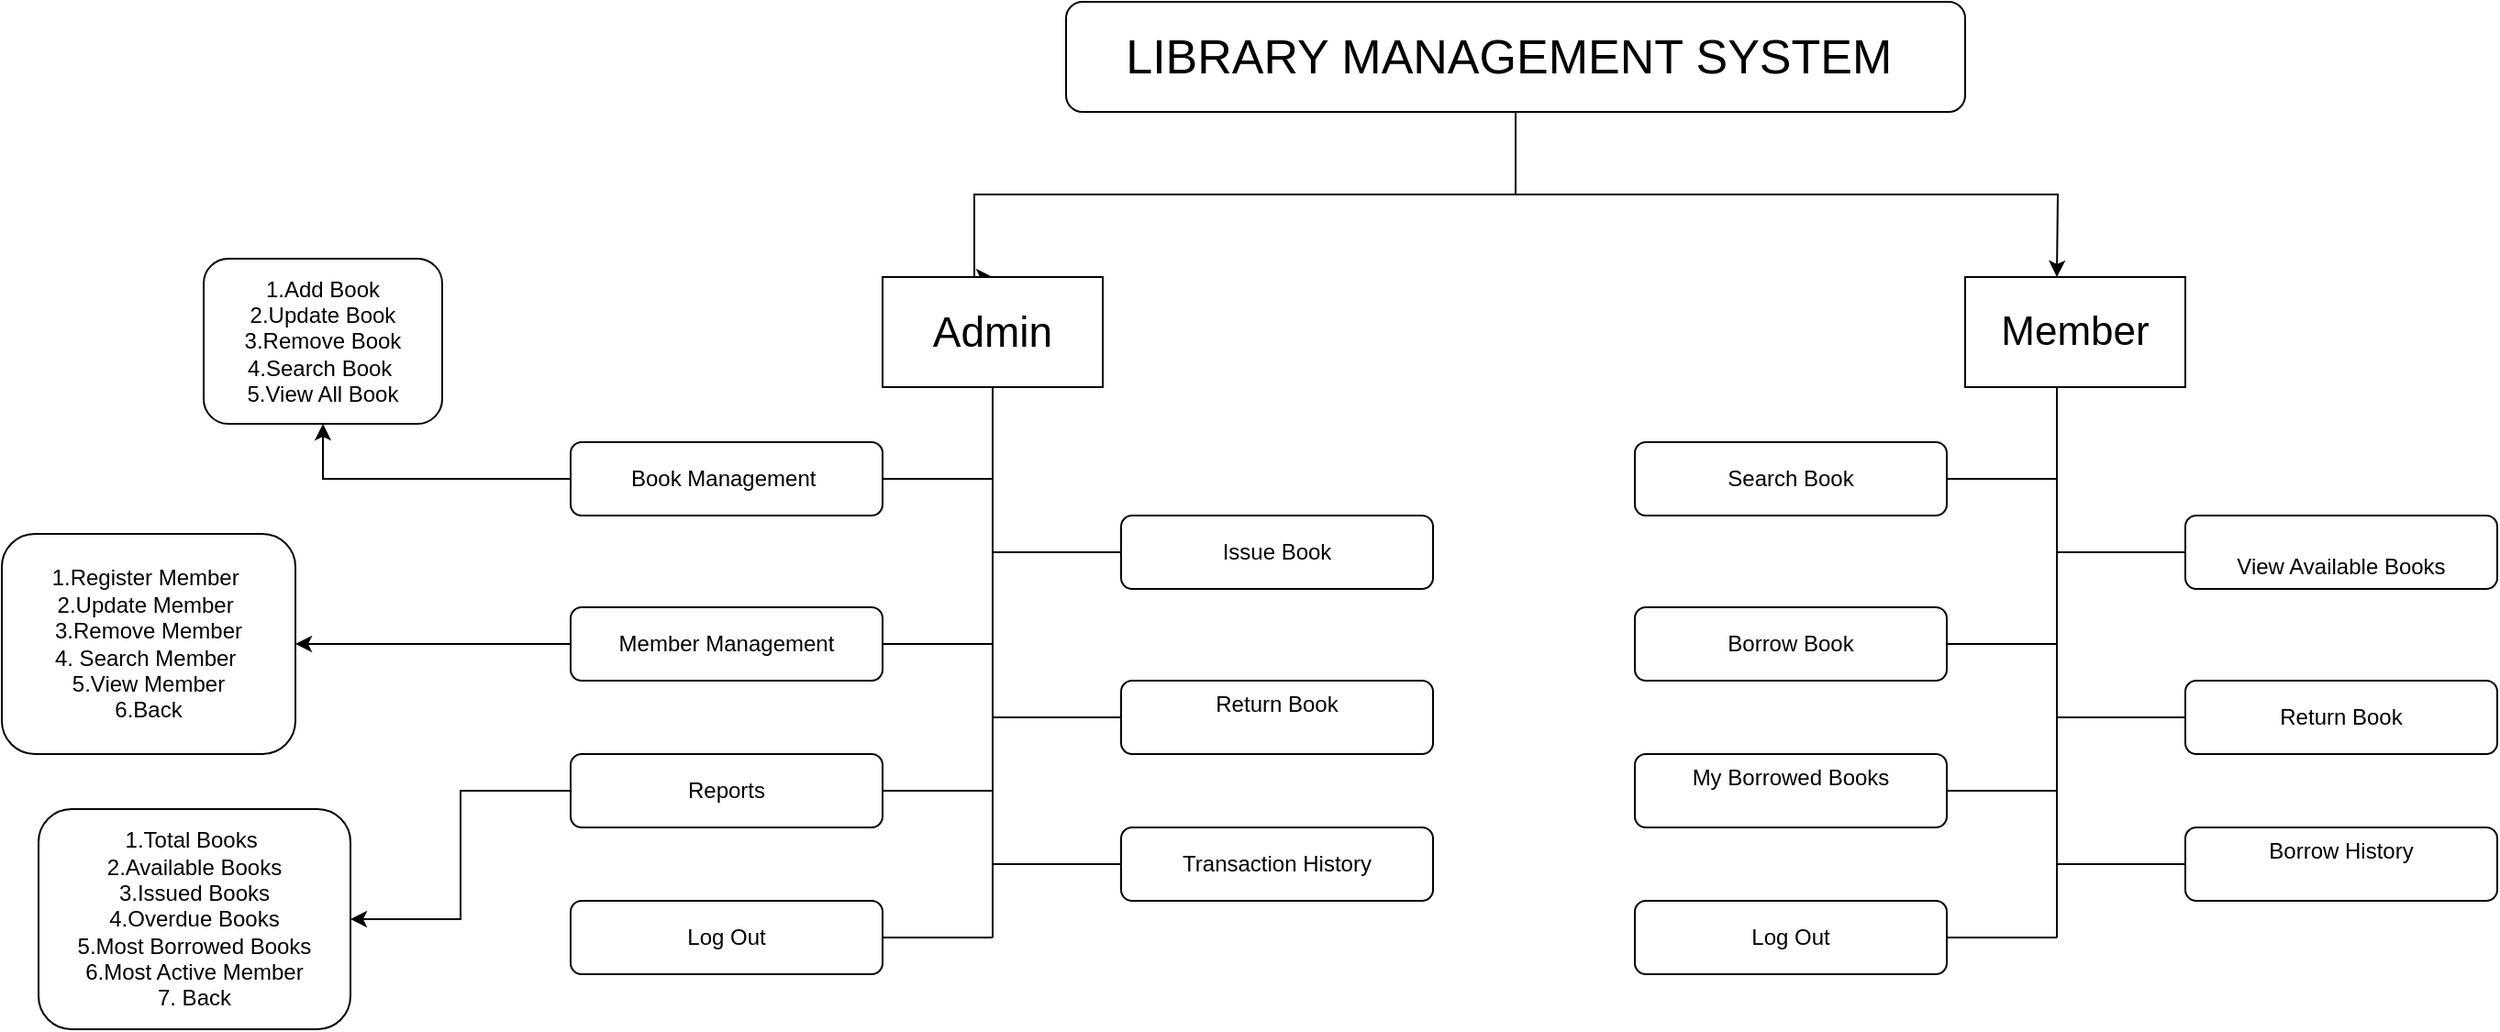
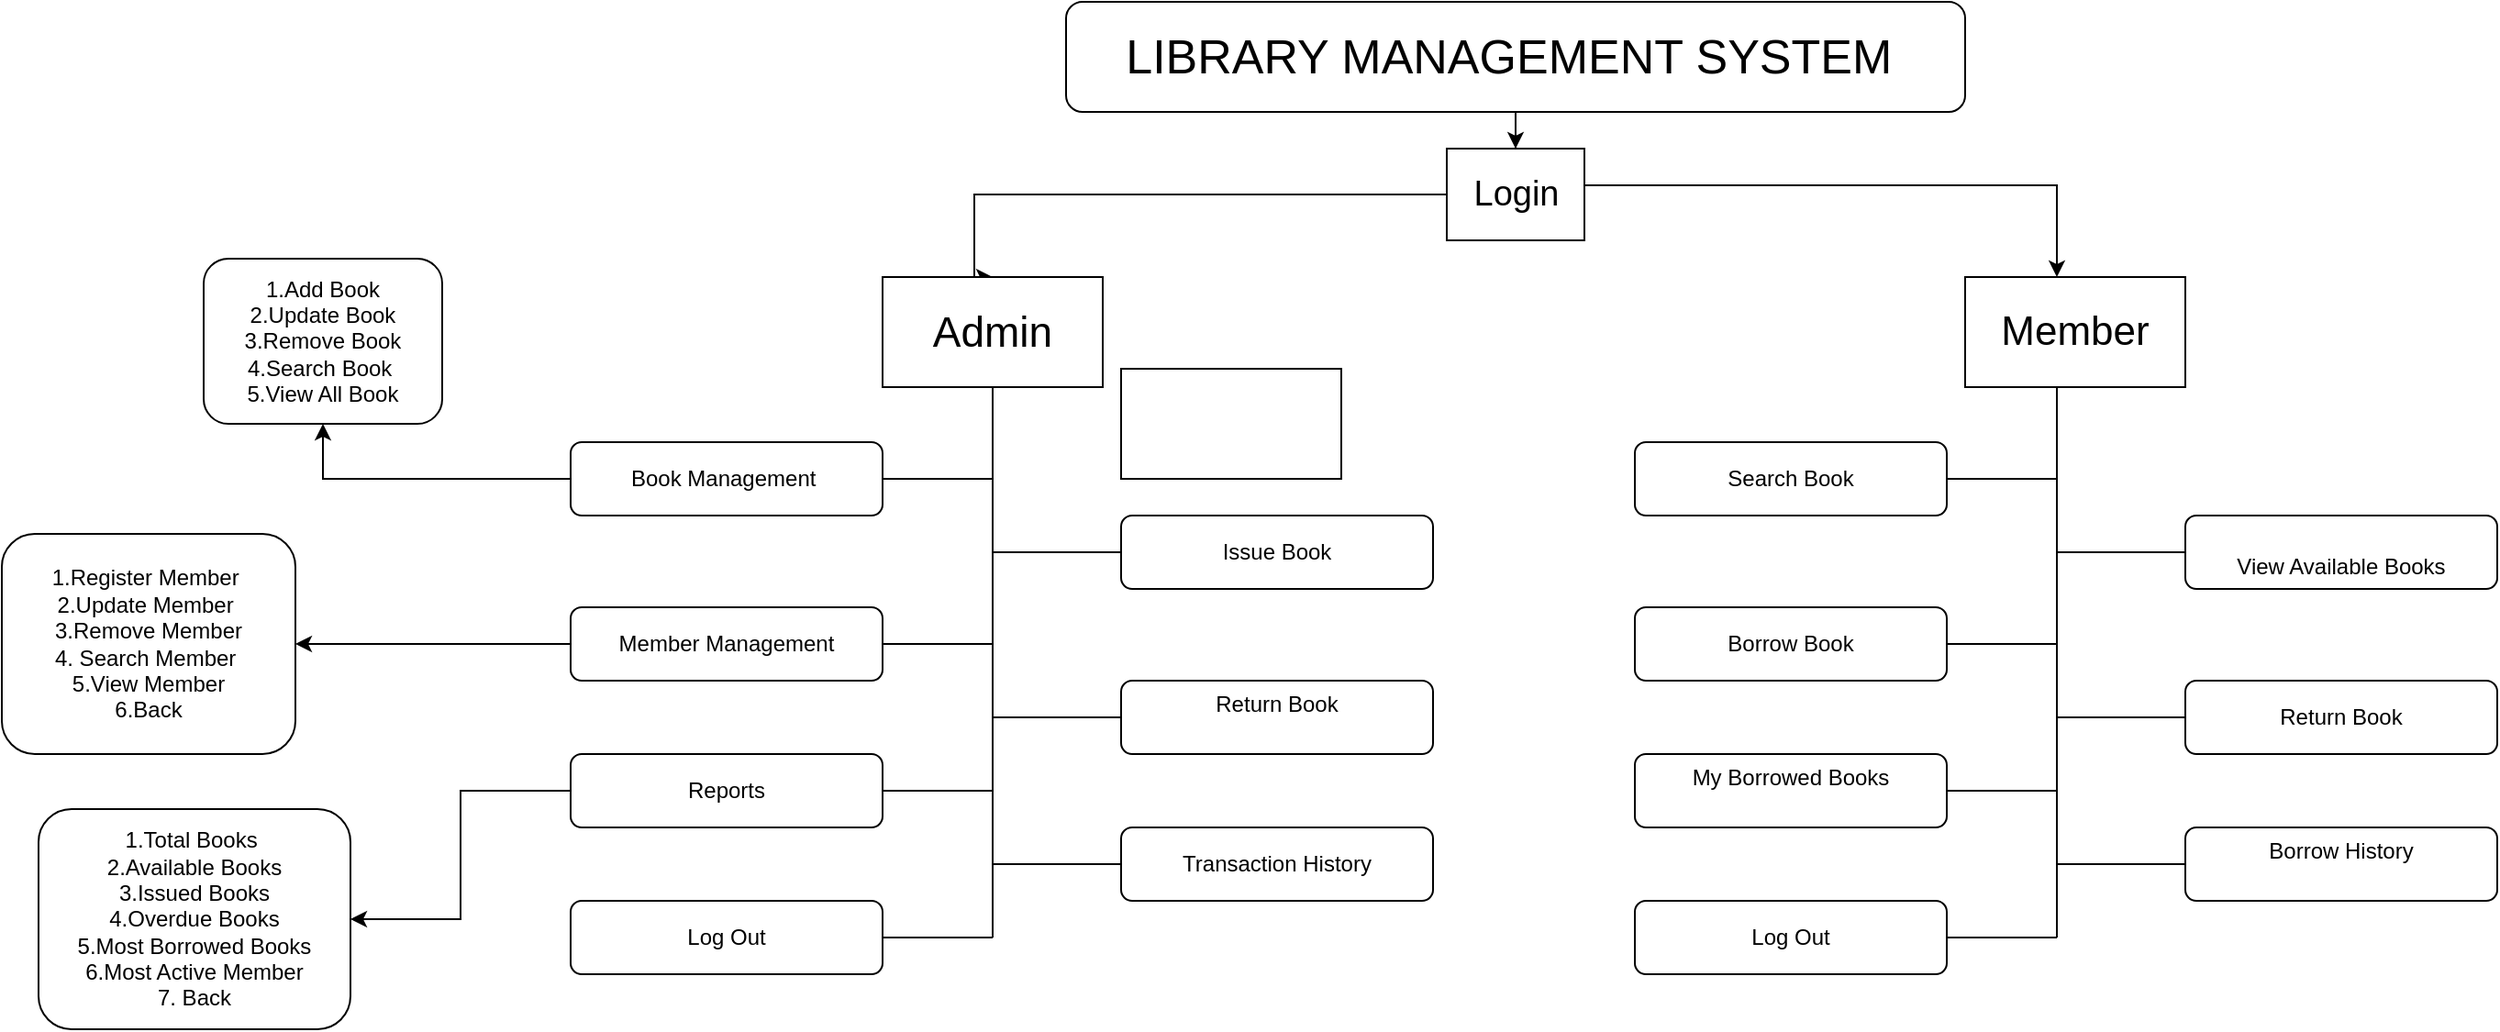
<mxfile host="app.diagrams.net" agent="Mozilla/5.0 (Windows NT 10.0; Win64; x64) AppleWebKit/537.36 (KHTML, like Gecko) Chrome/150.0.0.0 Safari/537.36" version="28.2.9">
  <diagram name="Page-1" id="ALS9TfCqg5eBpyUf8j7m">
-     <mxGraphModel dx="3533" dy="1045" grid="1" gridSize="10" guides="1" tooltips="1" connect="1" arrows="1" fold="1" page="1" pageScale="1" pageWidth="850" pageHeight="1100" math="0" shadow="0">
+     <mxGraphModel dx="2761" dy="605" grid="1" gridSize="10" guides="1" tooltips="1" connect="1" arrows="1" fold="1" page="1" pageScale="1" pageWidth="850" pageHeight="1100" math="0" shadow="0">
      <root>
        <mxCell id="0" />
        <mxCell id="1" parent="0" />
        <mxCell id="aOI_sVmLMZ7PSrJGsIdZ-10" style="edgeStyle=orthogonalEdgeStyle;rounded=0;orthogonalLoop=1;jettySize=auto;html=1;exitX=0.5;exitY=1;exitDx=0;exitDy=0;" parent="1" source="aOI_sVmLMZ7PSrJGsIdZ-7" edge="1">
          <mxGeometry relative="1" as="geometry">
            <mxPoint x="-420" y="180" as="targetPoint" />
            <Array as="points">
              <mxPoint x="-135" y="135" />
              <mxPoint x="-430" y="135" />
              <mxPoint x="-430" y="180" />
            </Array>
          </mxGeometry>
        </mxCell>
-         <mxCell id="aOI_sVmLMZ7PSrJGsIdZ-11" style="edgeStyle=orthogonalEdgeStyle;rounded=0;orthogonalLoop=1;jettySize=auto;html=1;exitX=0.5;exitY=1;exitDx=0;exitDy=0;" parent="1" source="aOI_sVmLMZ7PSrJGsIdZ-7" edge="1">
+         <mxCell id="aOI_sVmLMZ7PSrJGsIdZ-11" style="edgeStyle=orthogonalEdgeStyle;rounded=0;orthogonalLoop=1;jettySize=auto;html=1;exitX=1;exitY=0.5;exitDx=0;exitDy=0;" parent="1" source="uWCTjBnmCBmoPS3BM1kT-151" edge="1">
          <mxGeometry relative="1" as="geometry">
            <mxPoint x="160" y="180" as="targetPoint" />
+             <Array as="points">
+               <mxPoint x="-135" y="135" />
+               <mxPoint x="-135" y="130" />
+               <mxPoint x="160" y="130" />
+             </Array>
          </mxGeometry>
        </mxCell>
        <mxCell id="aOI_sVmLMZ7PSrJGsIdZ-7" value="&lt;span style=&quot;font-size: 26px;&quot;&gt;LIBRARY MANAGEMENT SYSTEM&amp;nbsp;&lt;/span&gt;" style="rounded=1;whiteSpace=wrap;html=1;" parent="1" vertex="1">
          <mxGeometry x="-380" y="30" width="490" height="60" as="geometry" />
        </mxCell>
        <mxCell id="aOI_sVmLMZ7PSrJGsIdZ-12" value="&lt;font style=&quot;font-size: 22px;&quot;&gt;Member&lt;/font&gt;" style="rounded=0;whiteSpace=wrap;html=1;" parent="1" vertex="1">
          <mxGeometry x="110" y="180" width="120" height="60" as="geometry" />
        </mxCell>
        <mxCell id="aOI_sVmLMZ7PSrJGsIdZ-13" value="&lt;font style=&quot;font-size: 23px;&quot;&gt;Admin&lt;/font&gt;" style="rounded=0;whiteSpace=wrap;html=1;" parent="1" vertex="1">
          <mxGeometry x="-480" y="180" width="120" height="60" as="geometry" />
        </mxCell>
        <mxCell id="uWCTjBnmCBmoPS3BM1kT-145" value="" style="edgeStyle=orthogonalEdgeStyle;rounded=0;orthogonalLoop=1;jettySize=auto;html=1;" edge="1" parent="1" source="uWCTjBnmCBmoPS3BM1kT-3" target="uWCTjBnmCBmoPS3BM1kT-144">
          <mxGeometry relative="1" as="geometry" />
        </mxCell>
        <mxCell id="uWCTjBnmCBmoPS3BM1kT-3" value="Book Management&amp;nbsp;" style="rounded=1;whiteSpace=wrap;html=1;" vertex="1" parent="1">
          <mxGeometry x="-650" y="270" width="170" height="40" as="geometry" />
        </mxCell>
        <mxCell id="uWCTjBnmCBmoPS3BM1kT-5" value="Issue Book" style="rounded=1;whiteSpace=wrap;html=1;" vertex="1" parent="1">
          <mxGeometry x="-350" y="310" width="170" height="40" as="geometry" />
        </mxCell>
        <mxCell id="uWCTjBnmCBmoPS3BM1kT-147" value="" style="edgeStyle=orthogonalEdgeStyle;rounded=0;orthogonalLoop=1;jettySize=auto;html=1;" edge="1" parent="1" source="uWCTjBnmCBmoPS3BM1kT-6" target="uWCTjBnmCBmoPS3BM1kT-146">
          <mxGeometry relative="1" as="geometry" />
        </mxCell>
        <mxCell id="uWCTjBnmCBmoPS3BM1kT-6" value="Member Management" style="rounded=1;whiteSpace=wrap;html=1;" vertex="1" parent="1">
          <mxGeometry x="-650" y="360" width="170" height="40" as="geometry" />
        </mxCell>
        <mxCell id="uWCTjBnmCBmoPS3BM1kT-7" value="&#xa;Return Book&#xa;&#xa;" style="rounded=1;whiteSpace=wrap;html=1;" vertex="1" parent="1">
          <mxGeometry x="-350" y="400" width="170" height="40" as="geometry" />
        </mxCell>
        <mxCell id="uWCTjBnmCBmoPS3BM1kT-149" value="" style="edgeStyle=orthogonalEdgeStyle;rounded=0;orthogonalLoop=1;jettySize=auto;html=1;" edge="1" parent="1" source="uWCTjBnmCBmoPS3BM1kT-8" target="uWCTjBnmCBmoPS3BM1kT-148">
          <mxGeometry relative="1" as="geometry" />
        </mxCell>
        <mxCell id="uWCTjBnmCBmoPS3BM1kT-8" value="Reports" style="rounded=1;whiteSpace=wrap;html=1;" vertex="1" parent="1">
          <mxGeometry x="-650" y="440" width="170" height="40" as="geometry" />
        </mxCell>
        <mxCell id="uWCTjBnmCBmoPS3BM1kT-11" value="" style="endArrow=none;html=1;rounded=0;exitX=1;exitY=0.5;exitDx=0;exitDy=0;" edge="1" parent="1" source="uWCTjBnmCBmoPS3BM1kT-3">
          <mxGeometry width="50" height="50" relative="1" as="geometry">
            <mxPoint x="-220" y="360" as="sourcePoint" />
            <mxPoint x="-420" y="290" as="targetPoint" />
          </mxGeometry>
        </mxCell>
        <mxCell id="uWCTjBnmCBmoPS3BM1kT-12" value="" style="endArrow=none;html=1;rounded=0;" edge="1" parent="1">
          <mxGeometry width="50" height="50" relative="1" as="geometry">
            <mxPoint x="-420" y="330" as="sourcePoint" />
            <mxPoint x="-350" y="330" as="targetPoint" />
          </mxGeometry>
        </mxCell>
        <mxCell id="uWCTjBnmCBmoPS3BM1kT-13" value="" style="endArrow=none;html=1;rounded=0;exitX=1;exitY=0.5;exitDx=0;exitDy=0;" edge="1" parent="1" source="uWCTjBnmCBmoPS3BM1kT-6">
          <mxGeometry width="50" height="50" relative="1" as="geometry">
            <mxPoint x="-460" y="380" as="sourcePoint" />
            <mxPoint x="-420" y="380" as="targetPoint" />
          </mxGeometry>
        </mxCell>
        <mxCell id="uWCTjBnmCBmoPS3BM1kT-14" value="" style="endArrow=none;html=1;rounded=0;entryX=0;entryY=0.5;entryDx=0;entryDy=0;" edge="1" parent="1" target="uWCTjBnmCBmoPS3BM1kT-7">
          <mxGeometry width="50" height="50" relative="1" as="geometry">
            <mxPoint x="-420" y="420" as="sourcePoint" />
            <mxPoint x="-320" y="420" as="targetPoint" />
          </mxGeometry>
        </mxCell>
        <mxCell id="uWCTjBnmCBmoPS3BM1kT-15" value="" style="endArrow=none;html=1;rounded=0;exitX=1;exitY=0.5;exitDx=0;exitDy=0;" edge="1" parent="1" source="uWCTjBnmCBmoPS3BM1kT-8">
          <mxGeometry width="50" height="50" relative="1" as="geometry">
            <mxPoint x="-450" y="450" as="sourcePoint" />
            <mxPoint x="-420" y="460" as="targetPoint" />
          </mxGeometry>
        </mxCell>
        <mxCell id="uWCTjBnmCBmoPS3BM1kT-16" value="Transaction History" style="rounded=1;whiteSpace=wrap;html=1;" vertex="1" parent="1">
          <mxGeometry x="-350" y="480" width="170" height="40" as="geometry" />
        </mxCell>
        <mxCell id="uWCTjBnmCBmoPS3BM1kT-17" value="" style="endArrow=none;html=1;rounded=0;entryX=0;entryY=0.5;entryDx=0;entryDy=0;" edge="1" parent="1" target="uWCTjBnmCBmoPS3BM1kT-16">
          <mxGeometry width="50" height="50" relative="1" as="geometry">
            <mxPoint x="-420" y="500" as="sourcePoint" />
            <mxPoint x="-320" y="510" as="targetPoint" />
          </mxGeometry>
        </mxCell>
        <mxCell id="uWCTjBnmCBmoPS3BM1kT-18" value="Log Out" style="rounded=1;whiteSpace=wrap;html=1;" vertex="1" parent="1">
          <mxGeometry x="-650" y="520" width="170" height="40" as="geometry" />
        </mxCell>
        <mxCell id="uWCTjBnmCBmoPS3BM1kT-19" value="" style="endArrow=none;html=1;rounded=0;exitX=1;exitY=0.5;exitDx=0;exitDy=0;" edge="1" parent="1" source="uWCTjBnmCBmoPS3BM1kT-18">
          <mxGeometry width="50" height="50" relative="1" as="geometry">
            <mxPoint x="-450" y="530" as="sourcePoint" />
            <mxPoint x="-420" y="540" as="targetPoint" />
          </mxGeometry>
        </mxCell>
        <mxCell id="uWCTjBnmCBmoPS3BM1kT-20" value="" style="endArrow=none;html=1;rounded=0;exitX=0.5;exitY=1;exitDx=0;exitDy=0;" edge="1" parent="1" source="aOI_sVmLMZ7PSrJGsIdZ-13">
          <mxGeometry width="50" height="50" relative="1" as="geometry">
            <mxPoint x="-290" y="360" as="sourcePoint" />
            <mxPoint x="-420" y="540" as="targetPoint" />
          </mxGeometry>
        </mxCell>
        <mxCell id="uWCTjBnmCBmoPS3BM1kT-126" value="Search Book" style="rounded=1;whiteSpace=wrap;html=1;" vertex="1" parent="1">
          <mxGeometry x="-70" y="270" width="170" height="40" as="geometry" />
        </mxCell>
        <mxCell id="uWCTjBnmCBmoPS3BM1kT-127" value="&lt;br&gt;View Available Books" style="rounded=1;whiteSpace=wrap;html=1;" vertex="1" parent="1">
          <mxGeometry x="230" y="310" width="170" height="40" as="geometry" />
        </mxCell>
        <mxCell id="uWCTjBnmCBmoPS3BM1kT-128" value="Borrow Book" style="rounded=1;whiteSpace=wrap;html=1;" vertex="1" parent="1">
          <mxGeometry x="-70" y="360" width="170" height="40" as="geometry" />
        </mxCell>
        <mxCell id="uWCTjBnmCBmoPS3BM1kT-129" value="Return Book" style="rounded=1;whiteSpace=wrap;html=1;" vertex="1" parent="1">
          <mxGeometry x="230" y="400" width="170" height="40" as="geometry" />
        </mxCell>
        <mxCell id="uWCTjBnmCBmoPS3BM1kT-130" value="&#xa;My Borrowed Books&#xa;&#xa;" style="rounded=1;whiteSpace=wrap;html=1;" vertex="1" parent="1">
          <mxGeometry x="-70" y="440" width="170" height="40" as="geometry" />
        </mxCell>
        <mxCell id="uWCTjBnmCBmoPS3BM1kT-131" value="" style="endArrow=none;html=1;rounded=0;exitX=1;exitY=0.5;exitDx=0;exitDy=0;" edge="1" parent="1" source="uWCTjBnmCBmoPS3BM1kT-126">
          <mxGeometry width="50" height="50" relative="1" as="geometry">
            <mxPoint x="360" y="360" as="sourcePoint" />
            <mxPoint x="160" y="290" as="targetPoint" />
          </mxGeometry>
        </mxCell>
        <mxCell id="uWCTjBnmCBmoPS3BM1kT-132" value="" style="endArrow=none;html=1;rounded=0;" edge="1" parent="1">
          <mxGeometry width="50" height="50" relative="1" as="geometry">
            <mxPoint x="160" y="330" as="sourcePoint" />
            <mxPoint x="230" y="330" as="targetPoint" />
          </mxGeometry>
        </mxCell>
        <mxCell id="uWCTjBnmCBmoPS3BM1kT-133" value="" style="endArrow=none;html=1;rounded=0;exitX=1;exitY=0.5;exitDx=0;exitDy=0;" edge="1" parent="1" source="uWCTjBnmCBmoPS3BM1kT-128">
          <mxGeometry width="50" height="50" relative="1" as="geometry">
            <mxPoint x="120" y="380" as="sourcePoint" />
            <mxPoint x="160" y="380" as="targetPoint" />
          </mxGeometry>
        </mxCell>
        <mxCell id="uWCTjBnmCBmoPS3BM1kT-134" value="" style="endArrow=none;html=1;rounded=0;entryX=0;entryY=0.5;entryDx=0;entryDy=0;" edge="1" parent="1" target="uWCTjBnmCBmoPS3BM1kT-129">
          <mxGeometry width="50" height="50" relative="1" as="geometry">
            <mxPoint x="160" y="420" as="sourcePoint" />
            <mxPoint x="260" y="420" as="targetPoint" />
          </mxGeometry>
        </mxCell>
        <mxCell id="uWCTjBnmCBmoPS3BM1kT-135" value="" style="endArrow=none;html=1;rounded=0;exitX=1;exitY=0.5;exitDx=0;exitDy=0;" edge="1" parent="1" source="uWCTjBnmCBmoPS3BM1kT-130">
          <mxGeometry width="50" height="50" relative="1" as="geometry">
            <mxPoint x="130" y="450" as="sourcePoint" />
            <mxPoint x="160" y="460" as="targetPoint" />
          </mxGeometry>
        </mxCell>
        <mxCell id="uWCTjBnmCBmoPS3BM1kT-136" value="&#xa;Borrow History&#xa;&#xa;" style="rounded=1;whiteSpace=wrap;html=1;" vertex="1" parent="1">
          <mxGeometry x="230" y="480" width="170" height="40" as="geometry" />
        </mxCell>
        <mxCell id="uWCTjBnmCBmoPS3BM1kT-137" value="" style="endArrow=none;html=1;rounded=0;entryX=0;entryY=0.5;entryDx=0;entryDy=0;" edge="1" parent="1" target="uWCTjBnmCBmoPS3BM1kT-136">
          <mxGeometry width="50" height="50" relative="1" as="geometry">
            <mxPoint x="160" y="500" as="sourcePoint" />
            <mxPoint x="260" y="510" as="targetPoint" />
          </mxGeometry>
        </mxCell>
        <mxCell id="uWCTjBnmCBmoPS3BM1kT-138" value="Log Out" style="rounded=1;whiteSpace=wrap;html=1;" vertex="1" parent="1">
          <mxGeometry x="-70" y="520" width="170" height="40" as="geometry" />
        </mxCell>
        <mxCell id="uWCTjBnmCBmoPS3BM1kT-139" value="" style="endArrow=none;html=1;rounded=0;exitX=1;exitY=0.5;exitDx=0;exitDy=0;" edge="1" parent="1" source="uWCTjBnmCBmoPS3BM1kT-138">
          <mxGeometry width="50" height="50" relative="1" as="geometry">
            <mxPoint x="130" y="530" as="sourcePoint" />
            <mxPoint x="160" y="540" as="targetPoint" />
          </mxGeometry>
        </mxCell>
        <mxCell id="uWCTjBnmCBmoPS3BM1kT-140" value="" style="endArrow=none;html=1;rounded=0;exitX=0.5;exitY=1;exitDx=0;exitDy=0;" edge="1" parent="1">
          <mxGeometry width="50" height="50" relative="1" as="geometry">
            <mxPoint x="160" y="240" as="sourcePoint" />
            <mxPoint x="160" y="540" as="targetPoint" />
          </mxGeometry>
        </mxCell>
        <mxCell id="uWCTjBnmCBmoPS3BM1kT-144" value="1.Add Book&lt;br&gt;2.Update Book&lt;br&gt;3.Remove Book&lt;br&gt;4.Search Book&amp;nbsp;&lt;br&gt;5.View All Book" style="whiteSpace=wrap;html=1;rounded=1;" vertex="1" parent="1">
          <mxGeometry x="-850" y="170" width="130" height="90" as="geometry" />
        </mxCell>
        <mxCell id="uWCTjBnmCBmoPS3BM1kT-146" value="1.Register Member&amp;nbsp;&lt;br&gt;2.Update Member&amp;nbsp;&lt;br&gt;3.Remove Member&lt;br&gt;4. Search Member&amp;nbsp;&lt;br&gt;5.View Member&lt;br&gt;6.Back" style="whiteSpace=wrap;html=1;rounded=1;" vertex="1" parent="1">
          <mxGeometry x="-960" y="320" width="160" height="120" as="geometry" />
        </mxCell>
        <mxCell id="uWCTjBnmCBmoPS3BM1kT-148" value="1.Total Books&amp;nbsp;&lt;br&gt;2.Available Books&lt;br&gt;3.Issued Books&lt;br&gt;4.Overdue Books&lt;br&gt;5.Most Borrowed Books&lt;br&gt;6.Most Active Member&lt;br&gt;7. Back" style="whiteSpace=wrap;html=1;rounded=1;" vertex="1" parent="1">
          <mxGeometry x="-940" y="470" width="170" height="120" as="geometry" />
+         </mxCell>
+         <mxCell id="uWCTjBnmCBmoPS3BM1kT-150" value="" style="rounded=0;whiteSpace=wrap;html=1;" vertex="1" parent="1">
+           <mxGeometry x="-350" y="230" width="120" height="60" as="geometry" />
+         </mxCell>
+         <mxCell id="uWCTjBnmCBmoPS3BM1kT-152" value="" style="edgeStyle=orthogonalEdgeStyle;rounded=0;orthogonalLoop=1;jettySize=auto;html=1;exitX=0.5;exitY=1;exitDx=0;exitDy=0;" edge="1" parent="1" source="aOI_sVmLMZ7PSrJGsIdZ-7" target="uWCTjBnmCBmoPS3BM1kT-151">
+           <mxGeometry relative="1" as="geometry">
+             <mxPoint x="160" y="180" as="targetPoint" />
+             <mxPoint x="-135" y="90" as="sourcePoint" />
+           </mxGeometry>
+         </mxCell>
+         <mxCell id="uWCTjBnmCBmoPS3BM1kT-151" value="&lt;font style=&quot;font-size: 19px;&quot;&gt;Login&lt;/font&gt;" style="rounded=0;whiteSpace=wrap;html=1;" vertex="1" parent="1">
+           <mxGeometry x="-172.5" y="110" width="75" height="50" as="geometry" />
        </mxCell>
      </root>
    </mxGraphModel>
  </diagram>
</mxfile>
